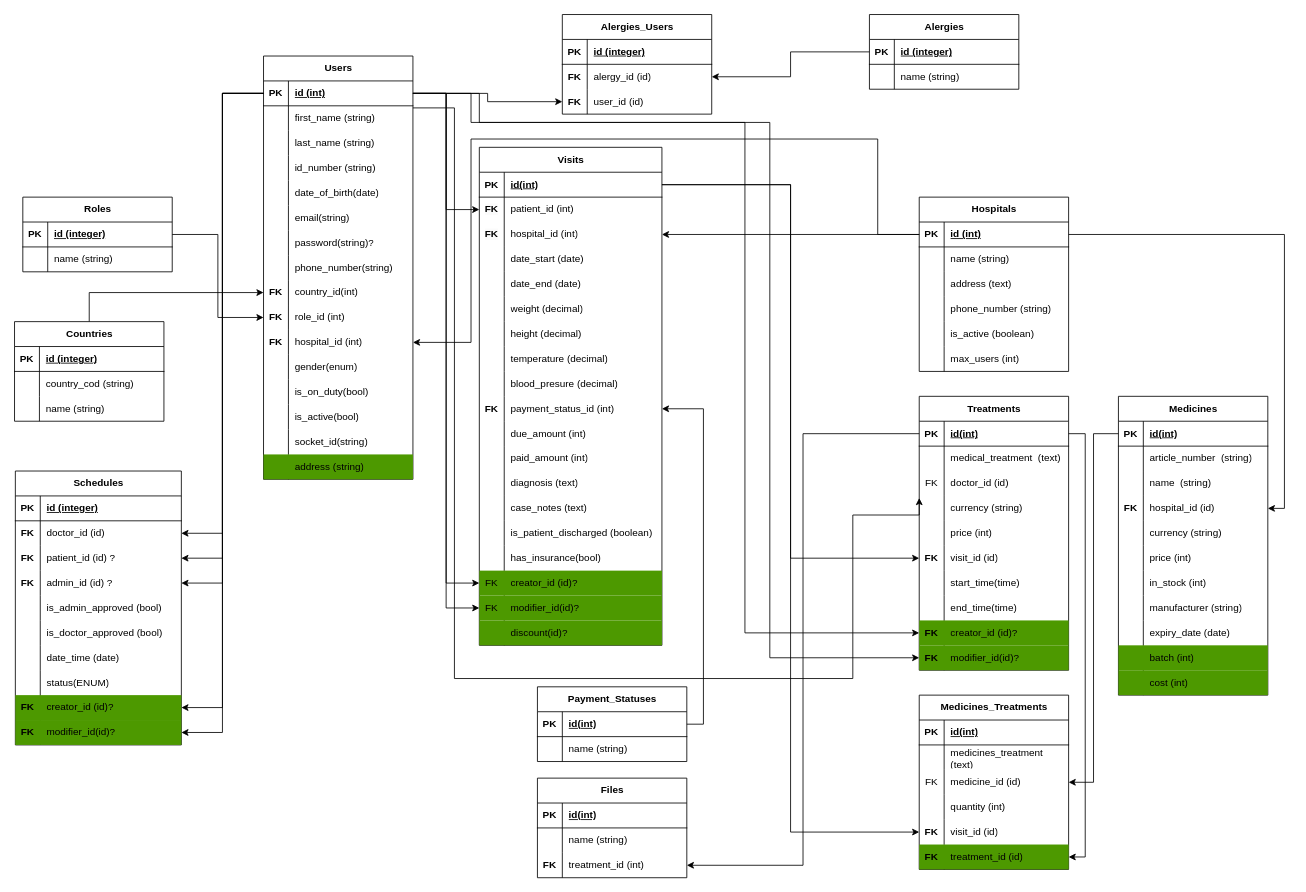
This is Untitled Diagram.drawio from fao30/hospital-management-be, a draw.io file, before an edit. Source tidied: cells renumbered, new cells numbered last; positions are measured from the earlier drawing's top-left corner, leaving out a move shared by most shapes. Both pictures are drawn from the tidied source at 83%, with x=0, y=0 at pixel (14, 14).
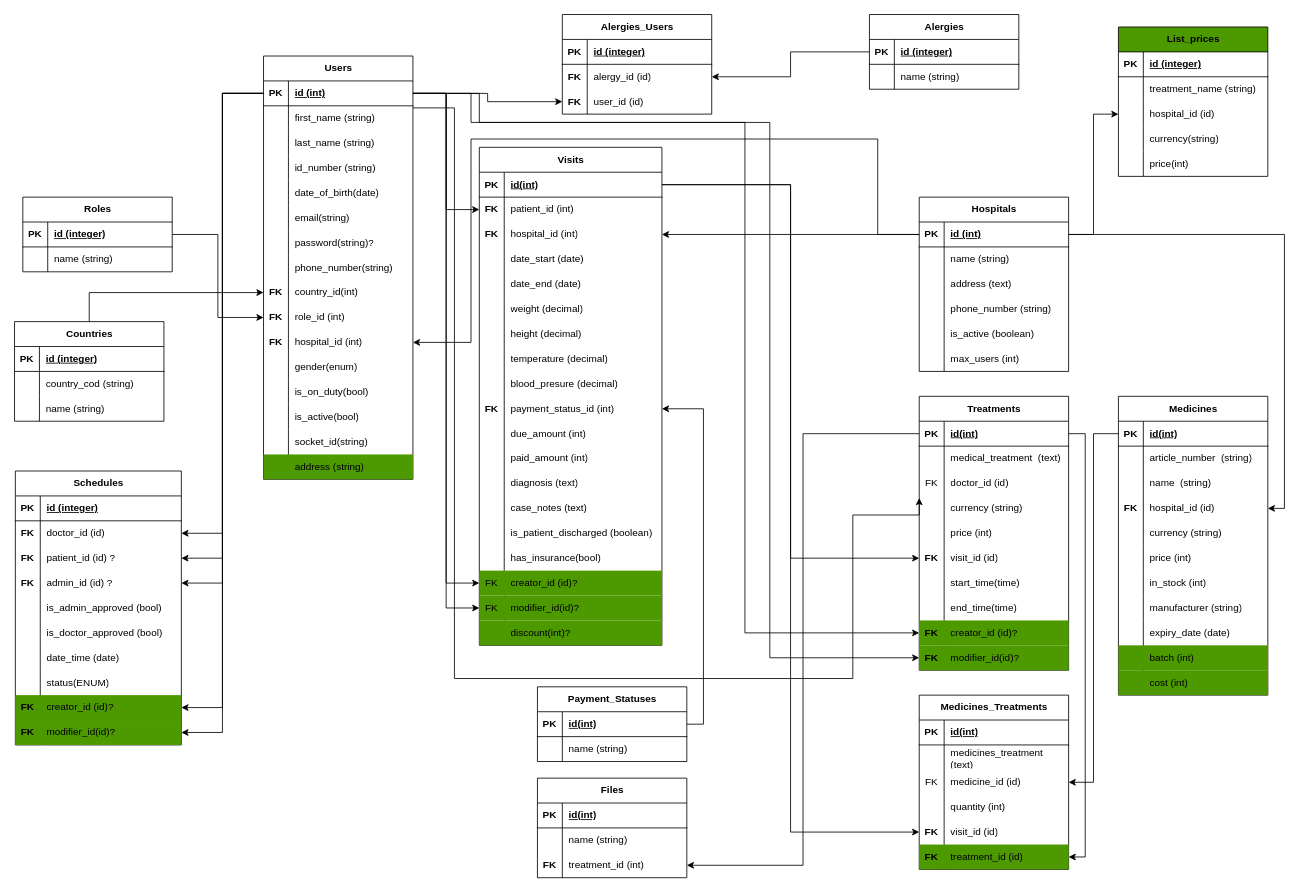
The same diagram, later.

Unchanged cells that the change refers to:
```xml
<mxCell id="10" style="shape=tableRow;horizontal=0;startSize=0;swimlaneHead=0;swimlaneBody=0;fillColor=none;points=[[0,0.5],[1,0.5]];portConstraint=eastwest;top=0;left=0;right=0;bottom=1;" parent="9" vertex="1">
  <mxGeometry y="30" width="180" height="30" as="geometry" />
</mxCell>
<mxCell id="144" style="shape=tableRow;horizontal=0;startSize=0;swimlaneHead=0;swimlaneBody=0;fillColor=#4D9900;top=0;left=0;right=0;bottom=0;" parent="89" vertex="1">
  <mxGeometry y="570" width="220" height="30" as="geometry" />
</mxCell>
```

What changed in the source:
```diff
@@
-    <mxCell id="146" value="discount(id)?" style="shape=partialRectangle;fillColor=none;top=0;left=0;bottom=0;right=0;align=left;spacingLeft=6;overflow=hidden;whiteSpace=wrap;html=1;" parent="144" vertex="1">
+    <mxCell id="146" value="discount(int)?" style="shape=partialRectangle;fillColor=none;top=0;left=0;bottom=0;right=0;align=left;spacingLeft=6;overflow=hidden;whiteSpace=wrap;html=1;" parent="144" vertex="1">
       <mxGeometry x="30" width="190" height="30" as="geometry" />
     </mxCell>
@@
+    <mxCell id="318" value="List_prices" style="shape=table;startSize=30;childLayout=tableLayout;rowLines=0;fontStyle=1;align=center;html=1;fillColor=#4D9900;" parent="1" vertex="1">
+      <mxGeometry x="1330" y="15" width="180" height="180" as="geometry" />
+    </mxCell>
+    <mxCell id="319" style="shape=tableRow;horizontal=0;startSize=0;swimlaneHead=0;swimlaneBody=0;fillColor=none;top=0;left=0;right=0;bottom=1;" parent="318" vertex="1">
+      <mxGeometry y="30" width="180" height="30" as="geometry" />
+    </mxCell>
+    <mxCell id="320" value="PK" style="shape=partialRectangle;fillColor=none;top=0;left=0;bottom=0;right=0;fontStyle=1;overflow=hidden;whiteSpace=wrap;html=1;" parent="319" vertex="1">
+      <mxGeometry width="30" height="30" as="geometry" />
+    </mxCell>
+    <mxCell id="321" value="id (integer)" style="shape=partialRectangle;fillColor=none;top=0;left=0;bottom=0;right=0;align=left;spacingLeft=6;fontStyle=5;overflow=hidden;whiteSpace=wrap;html=1;" parent="319" vertex="1">
+      <mxGeometry x="30" width="150" height="30" as="geometry" />
+    </mxCell>
+    <mxCell id="322" style="shape=tableRow;horizontal=0;startSize=0;swimlaneHead=0;swimlaneBody=0;fillColor=none;top=0;left=0;right=0;bottom=0;" parent="318" vertex="1">
+      <mxGeometry y="60" width="180" height="30" as="geometry" />
+    </mxCell>
+    <mxCell id="323" style="shape=partialRectangle;fillColor=none;top=0;left=0;bottom=0;right=0;overflow=hidden;whiteSpace=wrap;html=1;" parent="322" vertex="1">
+      <mxGeometry width="30" height="30" as="geometry" />
+    </mxCell>
+    <mxCell id="324" value="treatment_name&amp;nbsp;(string)" style="shape=partialRectangle;fillColor=none;top=0;left=0;bottom=0;right=0;align=left;spacingLeft=6;overflow=hidden;whiteSpace=wrap;html=1;" parent="322" vertex="1">
+      <mxGeometry x="30" width="150" height="30" as="geometry" />
+    </mxCell>
+    <mxCell id="325" style="shape=tableRow;horizontal=0;startSize=0;swimlaneHead=0;swimlaneBody=0;fillColor=none;points=[[0,0.5],[1,0.5]];portConstraint=eastwest;top=0;left=0;right=0;bottom=0;" parent="318" vertex="1">
+      <mxGeometry y="90" width="180" height="30" as="geometry" />
+    </mxCell>
+    <mxCell id="326" style="shape=partialRectangle;fillColor=none;top=0;left=0;bottom=0;right=0;overflow=hidden;whiteSpace=wrap;html=1;" parent="325" vertex="1">
+      <mxGeometry width="30" height="30" as="geometry" />
+    </mxCell>
+    <mxCell id="327" value="hospital_id&amp;nbsp;(id)" style="shape=partialRectangle;fillColor=none;top=0;left=0;bottom=0;right=0;align=left;spacingLeft=6;overflow=hidden;whiteSpace=wrap;html=1;" parent="325" vertex="1">
+      <mxGeometry x="30" width="150" height="30" as="geometry" />
+    </mxCell>
+    <mxCell id="328" style="shape=tableRow;horizontal=0;startSize=0;swimlaneHead=0;swimlaneBody=0;fillColor=none;top=0;left=0;right=0;bottom=0;" parent="318" vertex="1">
+      <mxGeometry y="120" width="180" height="30" as="geometry" />
+    </mxCell>
+    <mxCell id="329" style="shape=partialRectangle;fillColor=none;top=0;left=0;bottom=0;right=0;overflow=hidden;whiteSpace=wrap;html=1;" parent="328" vertex="1">
+      <mxGeometry width="30" height="30" as="geometry" />
+    </mxCell>
+    <mxCell id="330" value="currency(string)" style="shape=partialRectangle;fillColor=none;top=0;left=0;bottom=0;right=0;align=left;spacingLeft=6;overflow=hidden;whiteSpace=wrap;html=1;" parent="328" vertex="1">
+      <mxGeometry x="30" width="150" height="30" as="geometry" />
+    </mxCell>
+    <mxCell id="331" style="shape=tableRow;horizontal=0;startSize=0;swimlaneHead=0;swimlaneBody=0;fillColor=none;top=0;left=0;right=0;bottom=0;" parent="318" vertex="1">
+      <mxGeometry y="150" width="180" height="30" as="geometry" />
+    </mxCell>
+    <mxCell id="332" style="shape=partialRectangle;fillColor=none;top=0;left=0;bottom=0;right=0;overflow=hidden;whiteSpace=wrap;html=1;" parent="331" vertex="1">
+      <mxGeometry width="30" height="30" as="geometry" />
+    </mxCell>
+    <mxCell id="333" value="price(int)" style="shape=partialRectangle;fillColor=none;top=0;left=0;bottom=0;right=0;align=left;spacingLeft=6;overflow=hidden;whiteSpace=wrap;html=1;" parent="331" vertex="1">
+      <mxGeometry x="30" width="150" height="30" as="geometry" />
+    </mxCell>
+    <mxCell id="334" style="edgeStyle=orthogonalEdgeStyle;rounded=0;jettySize=auto;html=1;entryX=0;entryY=0.5;entryDx=0;entryDy=0;" parent="1" edge="1" source="10" target="325">
+      <mxGeometry relative="1" as="geometry" />
+    </mxCell>
```
